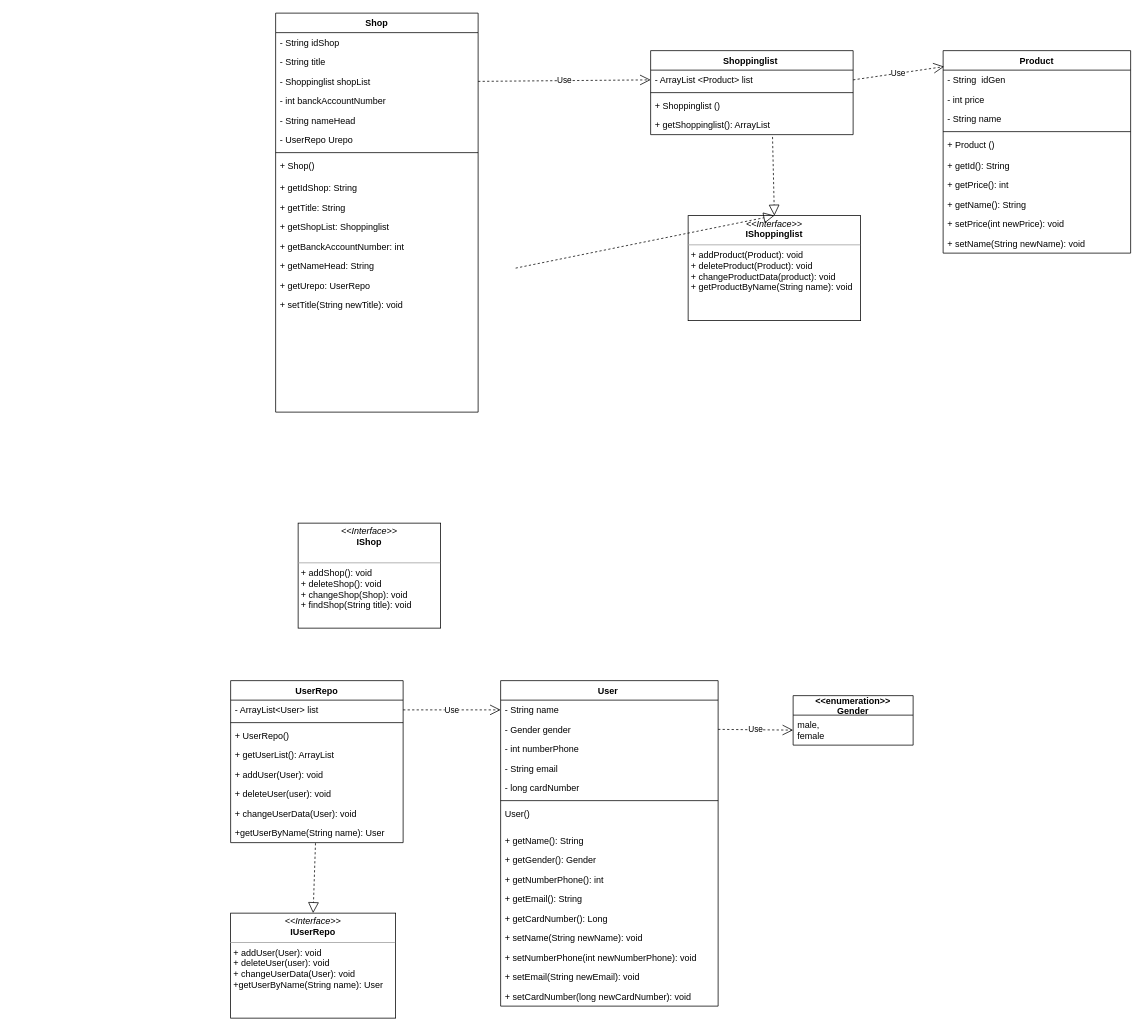
KuroTamashiAF/Software-architecture_HomeWork_5 keeps this draw.io diagram as Marketplace (6).drawio. Above is the earlier version. Source tidied: cells renumbered, new cells numbered last; positions are measured from the earlier drawing's top-left corner, leaving out a move shared by most shapes. Both pictures are drawn from the tidied source at 75%, with x=0, y=0 at pixel (230, 13).
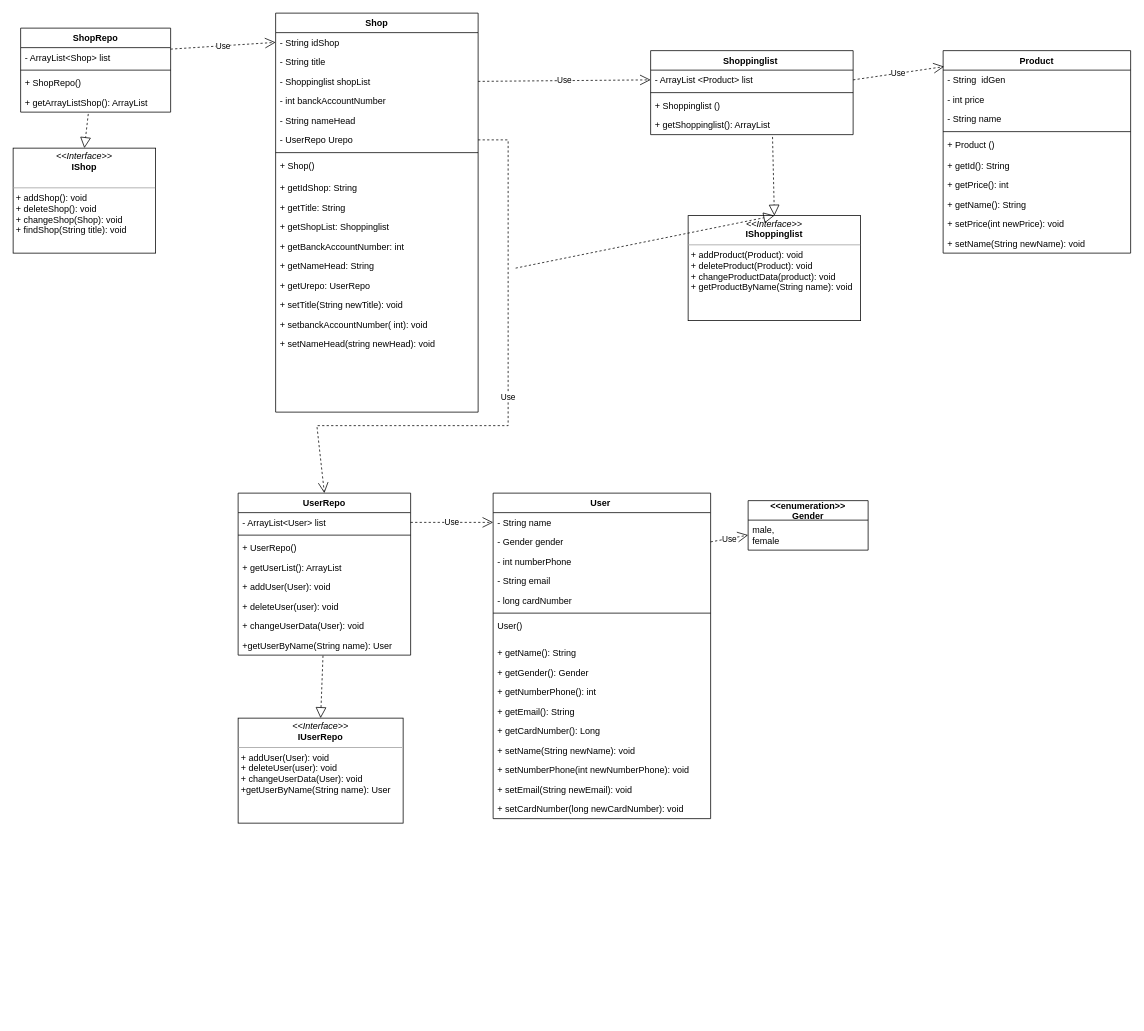
The same diagram, later.

Commit message:
add Ishop Interface

The change refers to these unchanged cells:
```xml
<mxCell id="32" value="Shop" style="swimlane;fontStyle=1;align=center;verticalAlign=top;horizontal=1;startSize=26;" parent="1" vertex="1">
  <mxGeometry x="60" width="270" height="532" as="geometry" />
</mxCell>
<mxCell id="33" value="- String idShop " style="text;strokeColor=none;fillColor=none;align=left;verticalAlign=top;spacingLeft=4;spacingRight=4;overflow=hidden;points=[[0,0.5],[1,0.5]];portConstraint=eastwest;" parent="32" vertex="1">
  <mxGeometry y="26" width="270" height="26" as="geometry" />
</mxCell>
<mxCell id="38" value="- UserRepo Urepo" style="text;strokeColor=none;fillColor=none;align=left;verticalAlign=top;spacingLeft=4;spacingRight=4;overflow=hidden;points=[[0,0.5],[1,0.5]];portConstraint=eastwest;" parent="32" vertex="1">
  <mxGeometry y="156" width="270" height="26" as="geometry" />
</mxCell>
```

Diff of the diagram source:
```diff
@@
     <mxCell id="13" value="User " style="swimlane;fontStyle=1;align=center;verticalAlign=top;horizontal=1;startSize=26;" parent="1" vertex="1">
-      <mxGeometry x="360" y="890" width="290" height="434" as="geometry" />
+      <mxGeometry x="350" y="640" width="290" height="434" as="geometry" />
     </mxCell>
@@
     <mxCell id="30" value="&lt;&lt;enumeration&gt;&gt;&#10;Gender" style="swimlane;fontStyle=1;align=center;verticalAlign=middle;horizontal=1;startSize=26;" parent="1" vertex="1">
-      <mxGeometry x="750" y="910" width="160" height="66" as="geometry" />
+      <mxGeometry x="690" y="650" width="160" height="66" as="geometry" />
     </mxCell>
@@
-    <mxCell id="48" style="text;strokeColor=none;fillColor=none;align=left;verticalAlign=top;spacingLeft=4;spacingRight=4;overflow=hidden;" parent="32" vertex="1">
+    <mxCell id="48" value="+ setbanckAccountNumber( int): void" style="text;strokeColor=none;fillColor=none;align=left;verticalAlign=top;spacingLeft=4;spacingRight=4;overflow=hidden;" parent="32" vertex="1">
       <mxGeometry y="402" width="270" height="26" as="geometry" />
     </mxCell>
-    <mxCell id="49" style="text;strokeColor=none;fillColor=none;align=left;verticalAlign=top;spacingLeft=4;spacingRight=4;overflow=hidden;" parent="32" vertex="1">
+    <mxCell id="49" value="+ setNameHead(string newHead): void&#10;" style="text;strokeColor=none;fillColor=none;align=left;verticalAlign=top;spacingLeft=4;spacingRight=4;overflow=hidden;" parent="32" vertex="1">
       <mxGeometry y="428" width="270" height="26" as="geometry" />
     </mxCell>
@@
     <mxCell id="58" value="UserRepo" style="swimlane;fontStyle=1;align=center;verticalAlign=top;horizontal=1;startSize=26;" parent="1" vertex="1">
-      <mxGeometry y="890" width="230" height="216" as="geometry" />
+      <mxGeometry x="10" y="640" width="230" height="216" as="geometry" />
     </mxCell>
@@
     <mxCell id="67" value="&lt;p style=&quot;margin:0px;margin-top:4px;text-align:center;&quot;&gt;&lt;i&gt;&amp;lt;&amp;lt;Interface&amp;gt;&amp;gt;&lt;/i&gt;&lt;br&gt;&lt;b&gt;IUserRepo&lt;/b&gt;&lt;/p&gt;&lt;hr size=&quot;1&quot;&gt;&lt;p style=&quot;margin:0px;margin-left:4px;&quot;&gt;+ addUser(User): void&amp;nbsp;&lt;/p&gt;&lt;p style=&quot;margin:0px;margin-left:4px;&quot;&gt;+ deleteUser(user): void&amp;nbsp;&lt;/p&gt;&lt;p style=&quot;margin:0px;margin-left:4px;&quot;&gt;+&amp;nbsp;changeUserData(User): void&amp;nbsp;&lt;/p&gt;&lt;p style=&quot;margin:0px;margin-left:4px;&quot;&gt;+getUserByName(String name): User&lt;/p&gt;" style="verticalAlign=top;align=left;overflow=fill;fontSize=12;fontFamily=Helvetica;html=1;" parent="1" vertex="1">
-      <mxGeometry y="1200" width="220" height="140" as="geometry" />
+      <mxGeometry x="10" y="940" width="220" height="140" as="geometry" />
     </mxCell>
@@
     <mxCell id="76" value="&lt;p style=&quot;margin:0px;margin-top:4px;text-align:center;&quot;&gt;&lt;i&gt;&amp;lt;&amp;lt;Interface&amp;gt;&amp;gt;&lt;/i&gt;&lt;br&gt;&lt;b&gt;IShop&lt;/b&gt;&lt;/p&gt;&lt;p style=&quot;margin:0px;margin-left:4px;&quot;&gt;&lt;br&gt;&lt;/p&gt;&lt;hr size=&quot;1&quot;&gt;&lt;p style=&quot;margin:0px;margin-left:4px;&quot;&gt;+ addShop(): void&amp;nbsp;&lt;/p&gt;&lt;p style=&quot;margin:0px;margin-left:4px;&quot;&gt;+ deleteShop(): void&lt;/p&gt;&lt;p style=&quot;margin:0px;margin-left:4px;&quot;&gt;+ changeShop(Shop): void&lt;/p&gt;&lt;p style=&quot;margin:0px;margin-left:4px;&quot;&gt;+ findShop(String title): void&lt;/p&gt;" style="verticalAlign=top;align=left;overflow=fill;fontSize=12;fontFamily=Helvetica;html=1;" parent="1" vertex="1">
-      <mxGeometry x="90" y="680" width="190" height="140" as="geometry" />
+      <mxGeometry x="-290" y="180" width="190" height="140" as="geometry" />
     </mxCell>
+    <mxCell id="77" value="Use" style="endArrow=open;endSize=12;dashed=1;html=1;rounded=0;exitX=1;exitY=0.5;exitDx=0;exitDy=0;entryX=0.5;entryY=0;entryDx=0;entryDy=0;" parent="1" edge="1" source="38" target="58">
+      <mxGeometry relative="1" as="geometry">
+        <Array as="points">
+          <mxPoint x="370" y="169" />
+          <mxPoint x="370" y="550" />
+          <mxPoint x="115" y="550" />
+        </Array>
+      </mxGeometry>
+    </mxCell>
+    <mxCell id="78" value="ShopRepo" style="swimlane;fontStyle=1;align=center;verticalAlign=top;horizontal=1;startSize=26;" parent="1" vertex="1">
+      <mxGeometry x="-280" y="20" width="200" height="112" as="geometry" />
+    </mxCell>
+    <mxCell id="79" value="- ArrayList&lt;Shop&gt; list " style="text;strokeColor=none;fillColor=none;align=left;verticalAlign=top;spacingLeft=4;spacingRight=4;overflow=hidden;" parent="78" vertex="1">
+      <mxGeometry y="26" width="200" height="26" as="geometry" />
+    </mxCell>
+    <mxCell id="80" style="line;strokeWidth=1;fillColor=none;align=left;verticalAlign=middle;spacingTop=-1;spacingLeft=3;spacingRight=3;labelPosition=right;strokeColor=inherit;" parent="78" vertex="1">
+      <mxGeometry y="52" width="200" height="8" as="geometry" />
+    </mxCell>
+    <mxCell id="81" value="+ ShopRepo()" style="text;strokeColor=none;fillColor=none;align=left;verticalAlign=top;spacingLeft=4;spacingRight=4;overflow=hidden;" parent="78" vertex="1">
+      <mxGeometry y="60" width="200" height="26" as="geometry" />
+    </mxCell>
+    <mxCell id="82" value="+ getArrayListShop(): ArrayList " style="text;strokeColor=none;fillColor=none;align=left;verticalAlign=top;spacingLeft=4;spacingRight=4;overflow=hidden;points=[[0,0.5],[1,0.5]];portConstraint=eastwest;" parent="78" vertex="1">
+      <mxGeometry y="86" width="200" height="26" as="geometry" />
+    </mxCell>
+    <mxCell id="83" style="endArrow=block;dashed=1;endFill=0;endSize=12;html=1;rounded=0;entryX=0.5;entryY=0;entryDx=0;entryDy=0;exitX=0.451;exitY=1.092;exitDx=0;exitDy=0;exitPerimeter=0;" parent="1" edge="1" source="82" target="76">
+      <mxGeometry relative="1" as="geometry" />
+    </mxCell>
+    <mxCell id="84" value="Use" style="endArrow=open;endSize=12;dashed=1;html=1;rounded=0;exitX=1;exitY=0.25;exitDx=0;exitDy=0;entryX=0;entryY=0.5;entryDx=0;entryDy=0;" parent="1" edge="1" source="78" target="33">
+      <mxGeometry relative="1" as="geometry" />
+    </mxCell>
```
